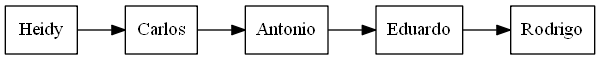
Above: RepPreorden.png in loumisha96/EDD_1S2020_PY1_201602935 (Graphviz), before the change. Its source is kept beside it as RepPreorden.dot. Its diagram source:
```dot
digraph G{
rankdir = LR;
node [shape= record];
Heidy->Carlos->Antonio->Eduardo->Rodrigo}
```
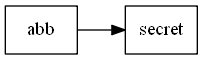
After the change.

What changed in the source:
```diff
@@ -1,4 +1,4 @@
 digraph G{
 rankdir = LR;
 node [shape= record];
-Heidy->Carlos->Antonio->Eduardo->Rodrigo}
+abb->secret}
```
